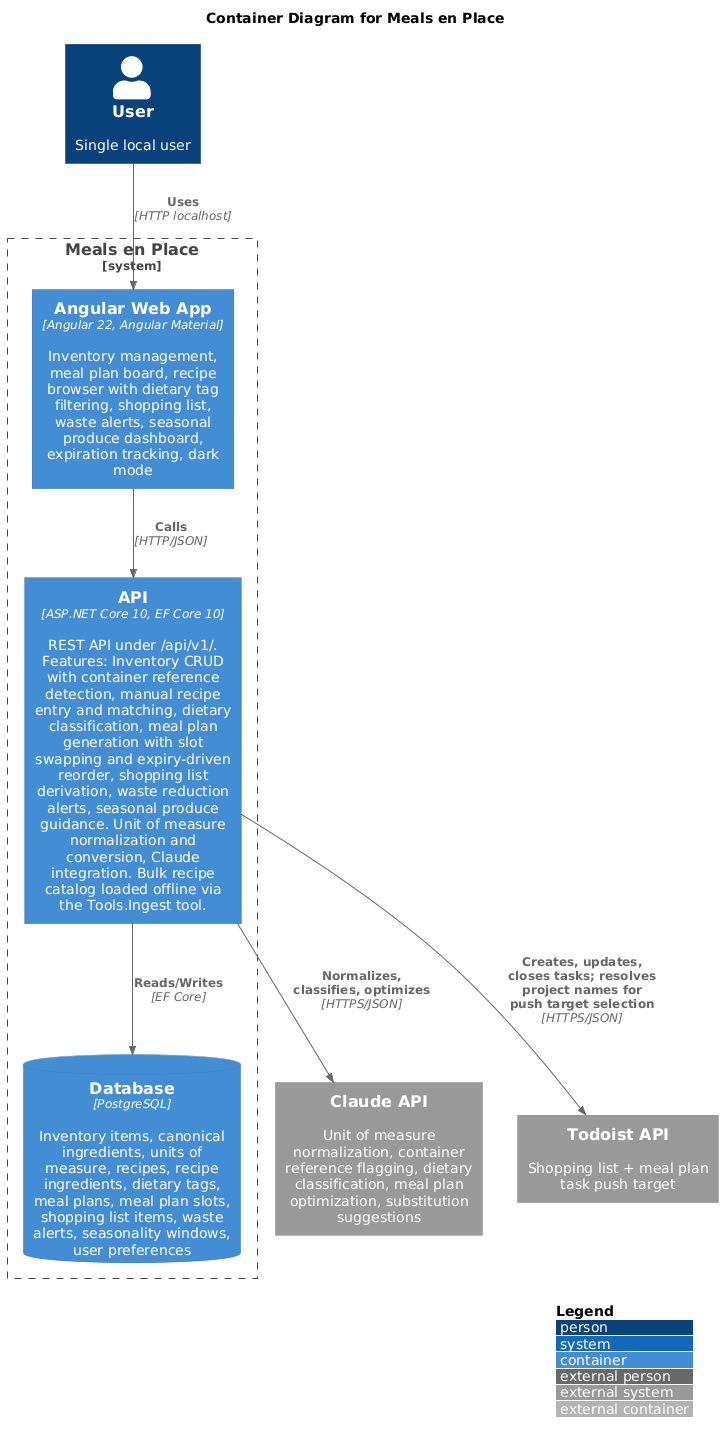
The PlantUML diagram docs/c4/container.png in ronlease/Meals-en-Place, before a commit. Its source is kept beside it as docs/c4/container.puml.
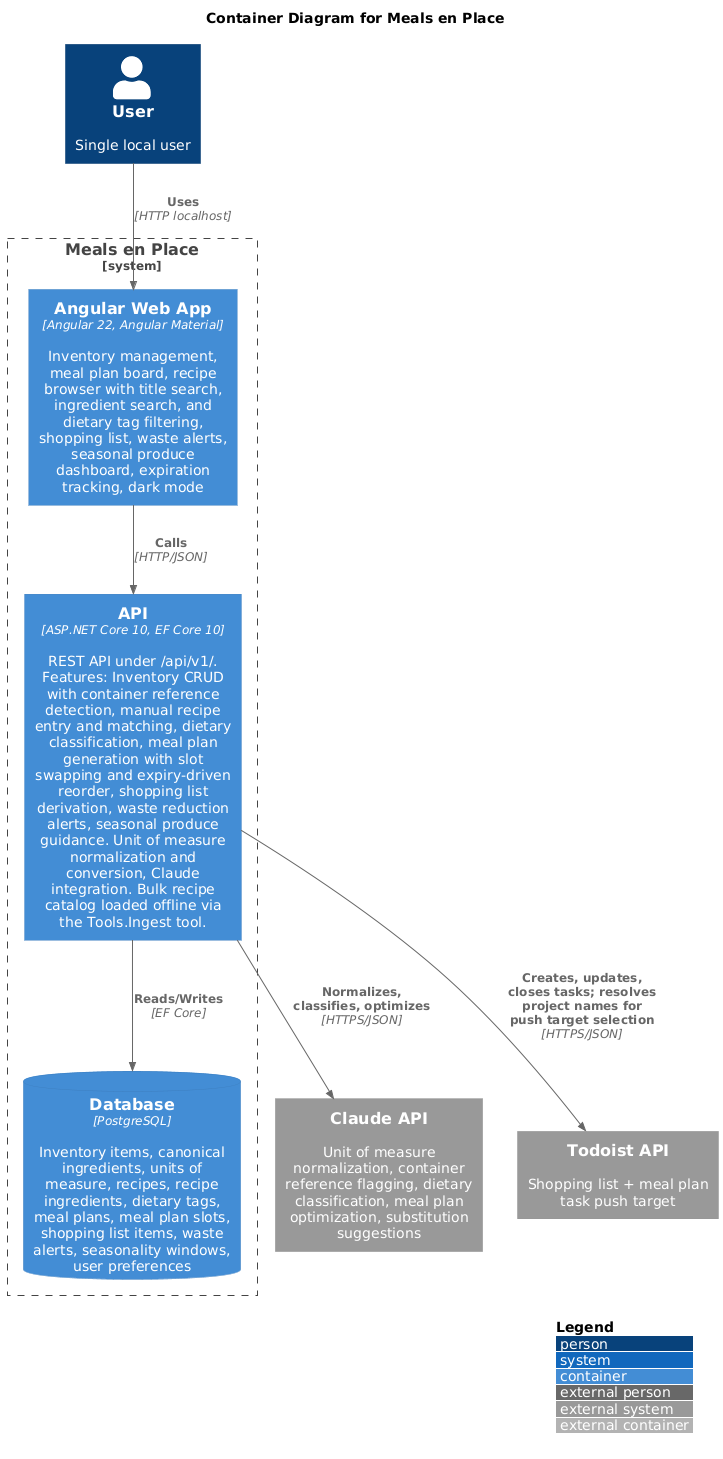
Later version of the same file.

Change to the diagram source:
```diff
@@ -8,7 +8,7 @@
 Person(user, "User", "Single local user")
 
 System_Boundary(app, "Meals en Place") {
-    Container(web, "Angular Web App", "Angular 22, Angular Material", "Inventory management, meal plan board, recipe browser with dietary tag filtering, shopping list, waste alerts, seasonal produce dashboard, expiration tracking, dark mode")
+    Container(web, "Angular Web App", "Angular 22, Angular Material", "Inventory management, meal plan board, recipe browser with title search, ingredient search, and dietary tag filtering, shopping list, waste alerts, seasonal produce dashboard, expiration tracking, dark mode")
     Container(api, "API", "ASP.NET Core 10, EF Core 10", "REST API under /api/v1/. Features: Inventory CRUD with container reference detection, manual recipe entry and matching, dietary classification, meal plan generation with slot swapping and expiry-driven reorder, shopping list derivation, waste reduction alerts, seasonal produce guidance. Unit of measure normalization and conversion, Claude integration. Bulk recipe catalog loaded offline via the Tools.Ingest tool.")
     ContainerDb(db, "Database", "PostgreSQL", "Inventory items, canonical ingredients, units of measure, recipes, recipe ingredients, dietary tags, meal plans, meal plan slots, shopping list items, waste alerts, seasonality windows, user preferences")
 }
```
